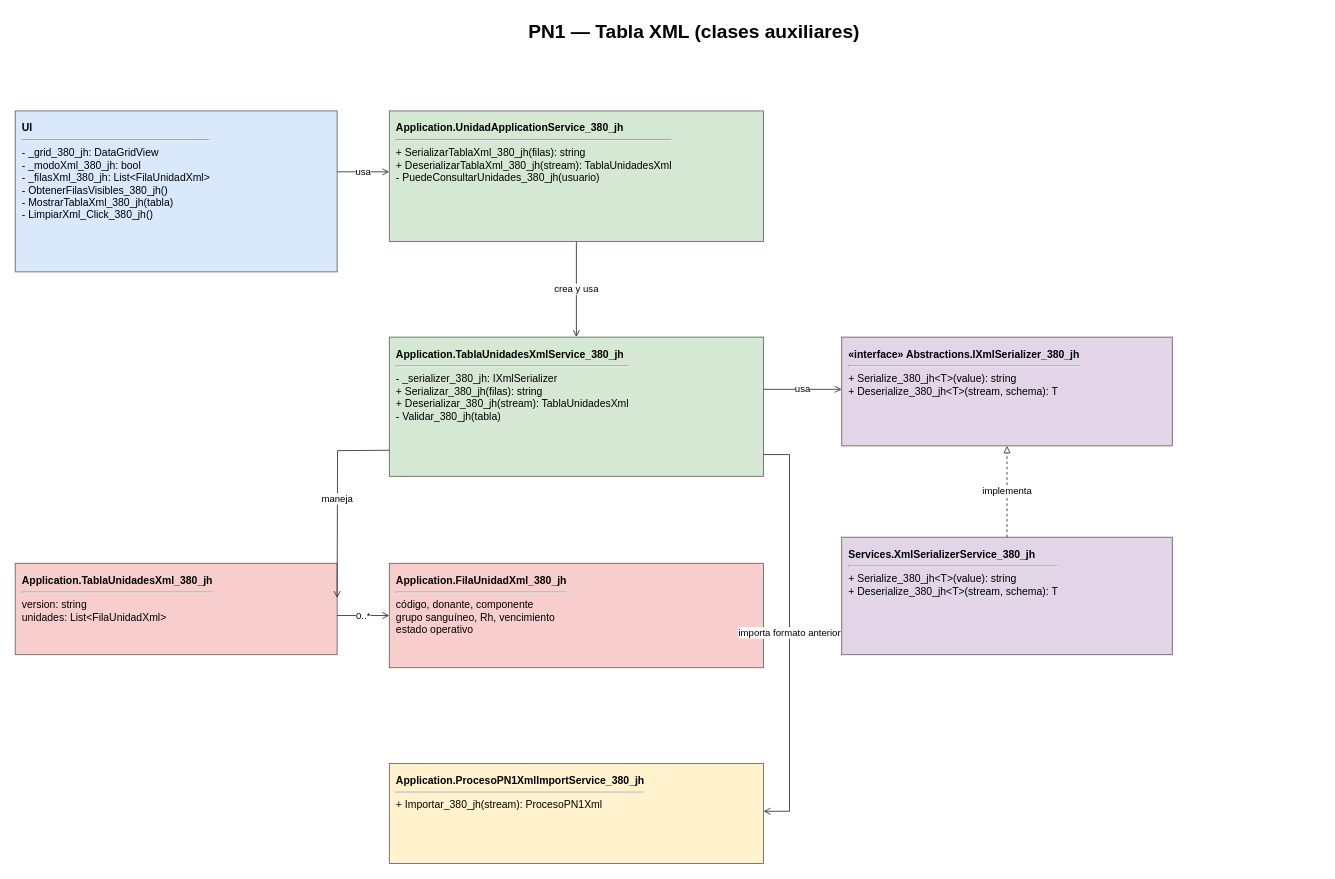
Before: Diagramas/Diagramas de clases/PN1 - XML auxiliar - Clases.drawio in juanNH/Ingenieria-de-Software, a draw.io diagram. Source tidied: cells renumbered, new cells numbered last; positions are measured from the earlier drawing's top-left corner, leaving out a move shared by most shapes. Both pictures are drawn from the tidied source at 87%, with x=0, y=0 at pixel (15, 15).
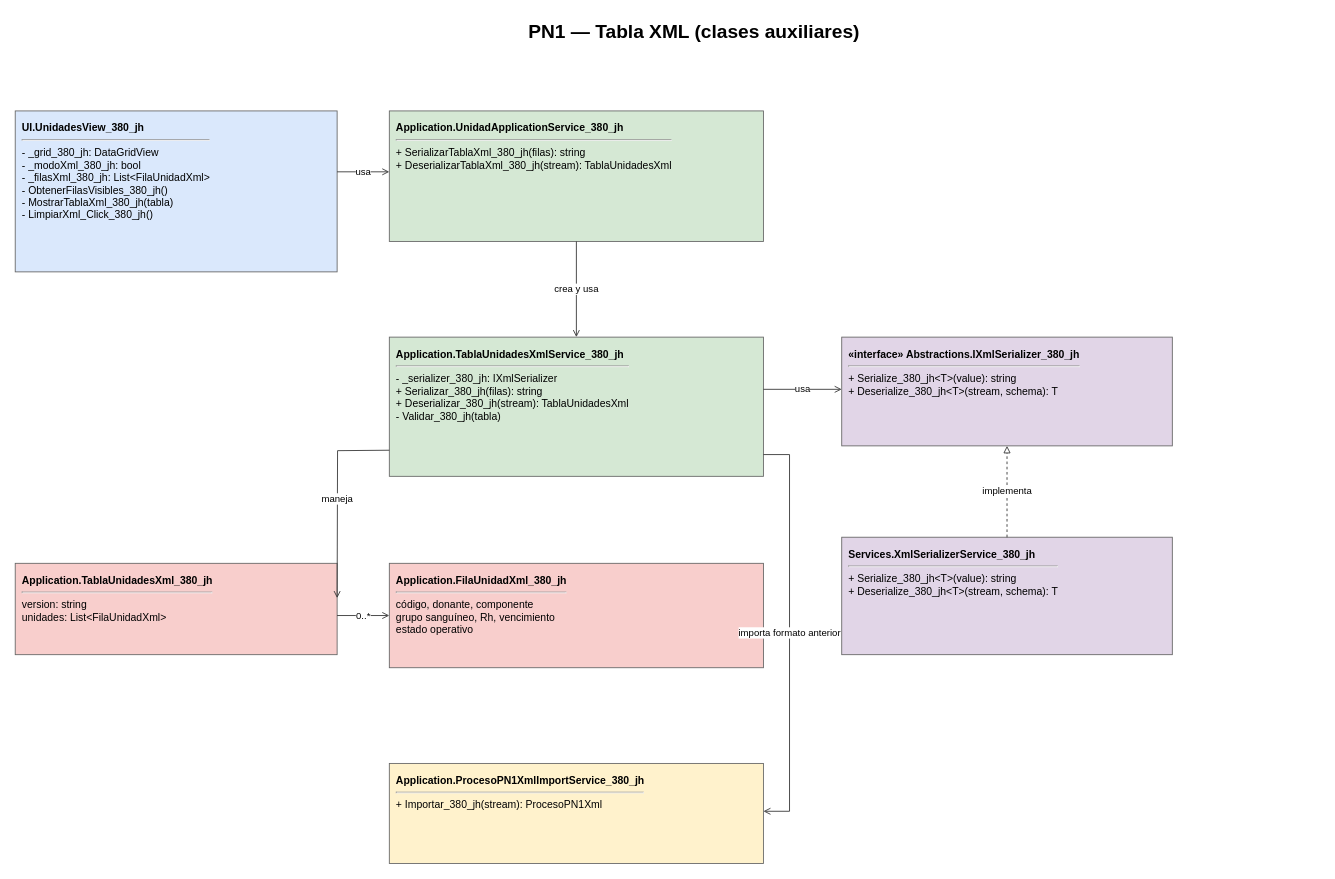
Above is the later version.

Change to the diagram source:
```diff
@@
-    <mxCell id="3" value="&lt;b&gt;UI&lt;/b&gt;&lt;hr&gt;- _grid_380_jh: DataGridView&lt;br&gt;- _modoXml_380_jh: bool&lt;br&gt;- _filasXml_380_jh: List&amp;lt;FilaUnidadXml&amp;gt;&lt;br&gt;- ObtenerFilasVisibles_380_jh()&lt;br&gt;- MostrarTablaXml_380_jh(tabla)&lt;br&gt;- LimpiarXml_Click_380_jh()" style="rounded=0;whiteSpace=wrap;html=1;fillColor=#dae8fc;strokeColor=#666666;fontSize=12;align=left;verticalAlign=top;spacing=8;" parent="1" vertex="1">
+    <mxCell id="3" value="&lt;b&gt;UI.UnidadesView_380_jh&lt;/b&gt;&lt;hr&gt;- _grid_380_jh: DataGridView&lt;br&gt;- _modoXml_380_jh: bool&lt;br&gt;- _filasXml_380_jh: List&amp;lt;FilaUnidadXml&amp;gt;&lt;br&gt;- ObtenerFilasVisibles_380_jh()&lt;br&gt;- MostrarTablaXml_380_jh(tabla)&lt;br&gt;- LimpiarXml_Click_380_jh()" style="rounded=0;whiteSpace=wrap;html=1;fillColor=#dae8fc;strokeColor=#666666;fontSize=12;align=left;verticalAlign=top;spacing=8;" parent="1" vertex="1">
       <mxGeometry y="110" width="370" height="185" as="geometry" />
     </mxCell>
-    <mxCell id="4" value="&lt;b&gt;Application.UnidadApplicationService_380_jh&lt;/b&gt;&lt;hr&gt;+ SerializarTablaXml_380_jh(filas): string&lt;br&gt;+ DeserializarTablaXml_380_jh(stream): TablaUnidadesXml&lt;br&gt;- PuedeConsultarUnidades_380_jh(usuario)" style="rounded=0;whiteSpace=wrap;html=1;fillColor=#d5e8d4;strokeColor=#666666;fontSize=12;align=left;verticalAlign=top;spacing=8;" parent="1" vertex="1">
+    <mxCell id="4" value="&lt;b&gt;Application.UnidadApplicationService_380_jh&lt;/b&gt;&lt;hr&gt;+ SerializarTablaXml_380_jh(filas): string&lt;br&gt;+ DeserializarTablaXml_380_jh(stream): TablaUnidadesXml" style="rounded=0;whiteSpace=wrap;html=1;fillColor=#d5e8d4;strokeColor=#666666;fontSize=12;align=left;verticalAlign=top;spacing=8;" parent="1" vertex="1">
       <mxGeometry x="430" y="110" width="430" height="150" as="geometry" />
     </mxCell>
```
